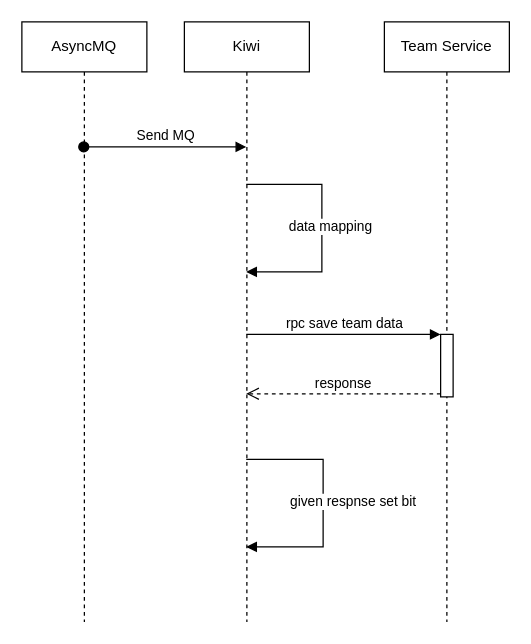
Before: team migration phase 2.drawio in fengyouliang/drawio, a draw.io diagram. Source tidied: cells renumbered, new cells numbered last; positions are measured from the earlier drawing's top-left corner, leaving out a move shared by most shapes. Both pictures are drawn from the tidied source at 125%, with x=0, y=0 at pixel (21, 21).
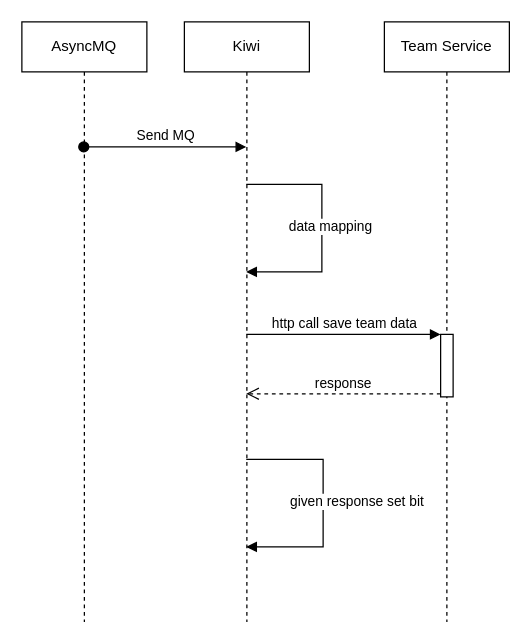
Above is the later version.

What changed in the source:
```diff
@@
 <mxGraphModel>
   <root>
     <mxCell id="0" />
     <mxCell id="1" parent="0" />
     <mxCell id="2" value="AsyncMQ" style="shape=umlLifeline;perimeter=lifelinePerimeter;whiteSpace=wrap;html=1;outlineConnect=0;" parent="1" vertex="1">
       <mxGeometry width="100" height="480" as="geometry" />
     </mxCell>
     <mxCell id="3" value="Kiwi" style="shape=umlLifeline;perimeter=lifelinePerimeter;whiteSpace=wrap;html=1;outlineConnect=0;" parent="1" vertex="1">
       <mxGeometry x="130" width="100" height="480" as="geometry" />
     </mxCell>
     <mxCell id="4" value="Team Service" style="shape=umlLifeline;perimeter=lifelinePerimeter;whiteSpace=wrap;html=1;" parent="1" vertex="1">
       <mxGeometry x="290" width="100" height="480" as="geometry" />
     </mxCell>
     <mxCell id="5" style="html=1;points=[];perimeter=orthogonalPerimeter;" parent="4" vertex="1">
       <mxGeometry x="45" y="250" width="10" height="50" as="geometry" />
     </mxCell>
     <mxCell id="6" value="Send MQ" style="html=1;verticalAlign=bottom;startArrow=oval;startFill=1;endArrow=block;startSize=8;rounded=0;" parent="1" edge="1" source="2" target="3">
       <mxGeometry relative="1" as="geometry">
         <Array as="points">
           <mxPoint x="100" y="100" />
         </Array>
       </mxGeometry>
     </mxCell>
     <mxCell id="7" value="data mapping" style="edgeStyle=orthogonalEdgeStyle;html=1;align=left;spacingLeft=2;endArrow=block;rounded=0;" parent="1" edge="1" source="3" target="3">
       <mxGeometry x="-0.03" y="-30" relative="1" as="geometry">
         <Array as="points">
           <mxPoint x="240" y="130" />
           <mxPoint x="240" y="200" />
         </Array>
         <mxPoint y="1" as="offset" />
       </mxGeometry>
     </mxCell>
-    <mxCell id="8" value="rpc save team data" style="html=1;verticalAlign=bottom;endArrow=block;entryX=0;entryY=0;rounded=0;" parent="1" edge="1" source="3" target="5">
+    <mxCell id="8" value="http call save team data" style="html=1;verticalAlign=bottom;endArrow=block;entryX=0;entryY=0;rounded=0;" parent="1" edge="1" source="3" target="5">
       <mxGeometry relative="1" as="geometry" />
     </mxCell>
     <mxCell id="9" value="response" style="html=1;verticalAlign=bottom;endArrow=open;dashed=1;endSize=8;exitX=0;exitY=0.95;rounded=0;" parent="1" edge="1" source="5" target="3">
       <mxGeometry relative="1" as="geometry" />
     </mxCell>
-    <mxCell id="10" value="given respnse set bit" style="edgeStyle=orthogonalEdgeStyle;html=1;align=left;spacingLeft=2;endArrow=block;rounded=0;" parent="1" edge="1" source="3" target="3">
+    <mxCell id="10" value="given response set bit" style="edgeStyle=orthogonalEdgeStyle;html=1;align=left;spacingLeft=2;endArrow=block;rounded=0;" parent="1" edge="1" source="3" target="3">
       <mxGeometry x="-0.03" y="-30" relative="1" as="geometry">
         <Array as="points">
           <mxPoint x="241" y="350" />
           <mxPoint x="241" y="420" />
         </Array>
         <mxPoint y="1" as="offset" />
       </mxGeometry>
     </mxCell>
   </root>
 </mxGraphModel>
```
